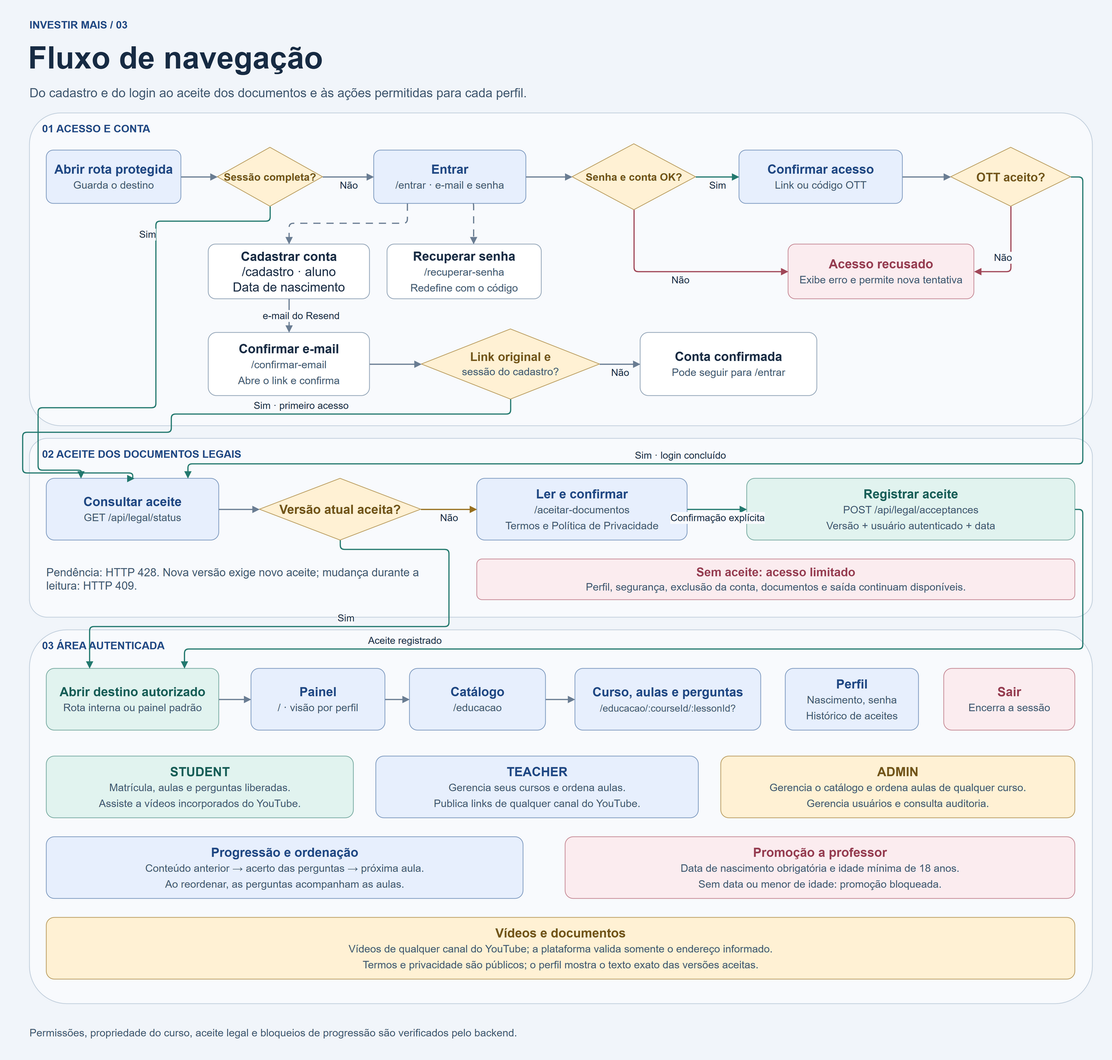
Earlier version of the draw.io export docs/diagramas/fluxo-de-navegacao.png (GabrielYYM/INVESTIR-MAIS). Source tidied: cells renumbered, new cells last; positions are measured from the earlier drawing's top-left corner, leaving out a move shared by most shapes.
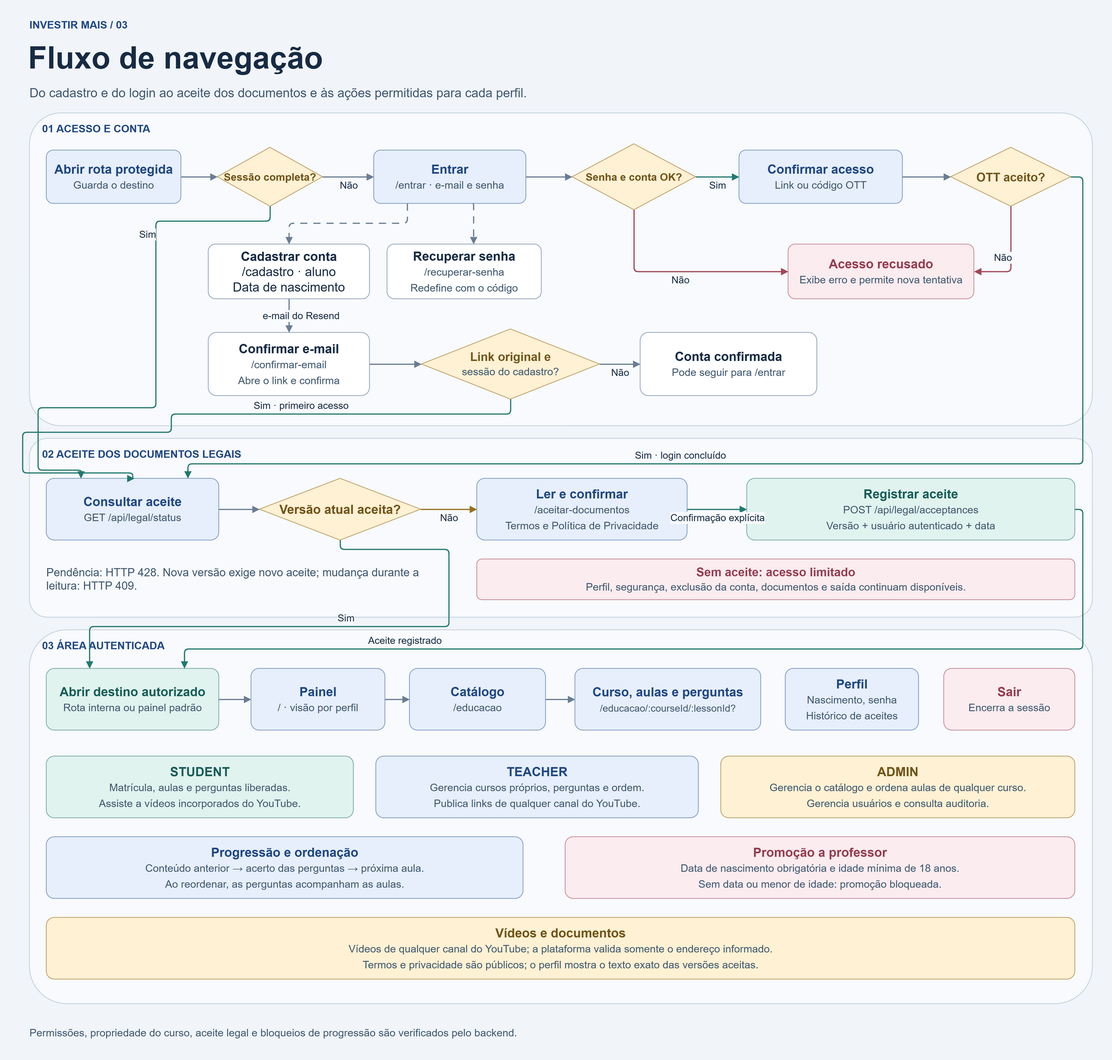
Above is the later version.

Change to the diagram source:
```diff
@@ -104,7 +104,7 @@
     <mxCell id="35" value="&lt;b style=&quot;font-size:18px;color:#175E57&quot;&gt;STUDENT&lt;/b&gt;&lt;br&gt;&lt;span style=&quot;font-size:15px;color:#405870;line-height:1.35&quot;&gt;Matrícula, aulas e perguntas liberadas.&lt;br&gt;Assiste a vídeos incorporados do YouTube.&lt;/span&gt;" style="html=1;whiteSpace=wrap;rounded=1;arcSize=13;fillColor=#E1F3EF;strokeColor=#75A9A0;align=center;verticalAlign=middle;fontColor=#172B43;fontSize=18;spacing=5;" parent="1" vertex="1">
       <mxGeometry x="34" y="1054" width="438" height="88" as="geometry" />
     </mxCell>
-    <mxCell id="36" value="&lt;b style=&quot;font-size:18px;color:#204884&quot;&gt;TEACHER&lt;/b&gt;&lt;br&gt;&lt;span style=&quot;font-size:15px;color:#405870;line-height:1.35&quot;&gt;Gerencia seus cursos e ordena aulas.&lt;br&gt;Publica links de qualquer canal do YouTube.&lt;/span&gt;" style="html=1;whiteSpace=wrap;rounded=1;arcSize=13;fillColor=#E7EFFD;strokeColor=#7B98BF;align=center;verticalAlign=middle;fontColor=#172B43;fontSize=18;spacing=5;" parent="1" vertex="1">
+    <mxCell id="36" value="&lt;b style=&quot;font-size:18px;color:#204884&quot;&gt;TEACHER&lt;/b&gt;&lt;br&gt;&lt;span style=&quot;font-size:15px;color:#405870;line-height:1.35&quot;&gt;Gerencia cursos próprios, perguntas e ordem.&lt;br&gt;Publica links de qualquer canal do YouTube.&lt;/span&gt;" style="html=1;whiteSpace=wrap;rounded=1;arcSize=13;fillColor=#E7EFFD;strokeColor=#7B98BF;align=center;verticalAlign=middle;fontColor=#172B43;fontSize=18;spacing=5;" parent="1" vertex="1">
       <mxGeometry x="504" y="1054" width="460" height="88" as="geometry" />
     </mxCell>
     <mxCell id="37" value="&lt;b style=&quot;font-size:18px;color:#725519&quot;&gt;ADMIN&lt;/b&gt;&lt;br&gt;&lt;span style=&quot;font-size:15px;color:#405870;line-height:1.35&quot;&gt;Gerencia o catálogo e ordena aulas de qualquer curso.&lt;br&gt;Gerencia usuários e consulta auditoria.&lt;/span&gt;" style="html=1;whiteSpace=wrap;rounded=1;arcSize=13;fillColor=#FFF1D4;strokeColor=#BA9B5D;align=center;verticalAlign=middle;fontColor=#172B43;fontSize=18;spacing=5;" parent="1" vertex="1">
```
